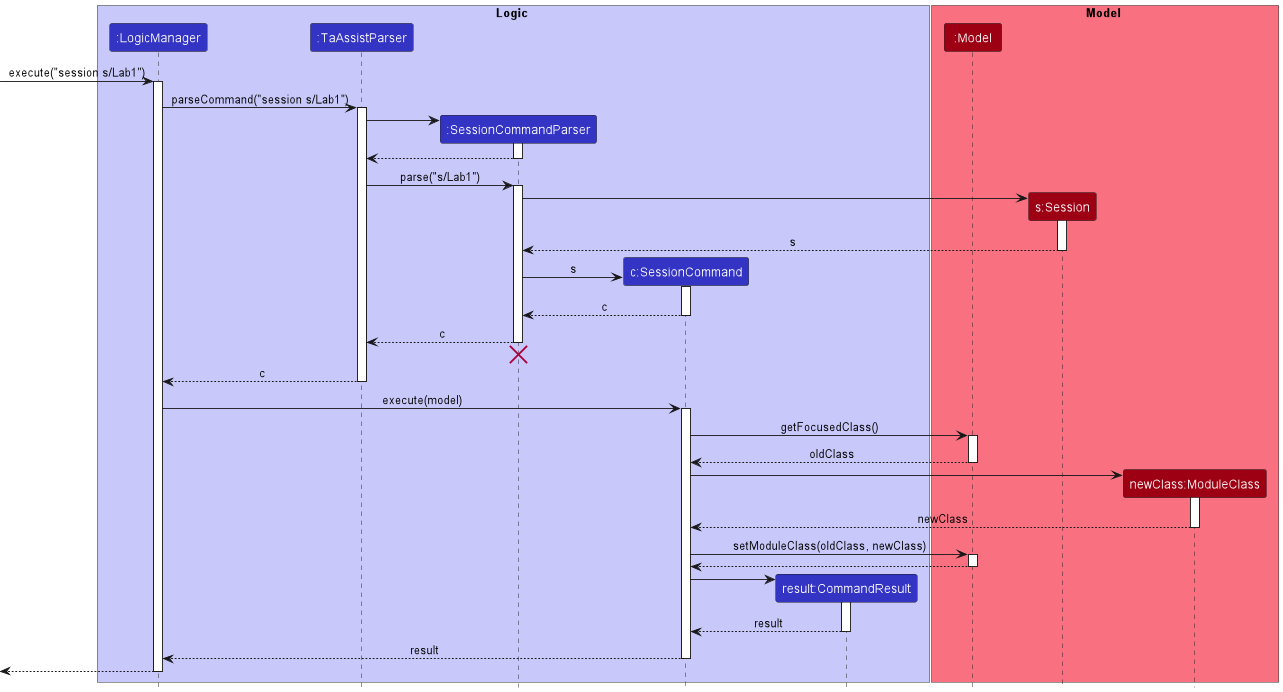
This is docs/images/SessionCommandSequenceDiagram.png from nus-cs2103-AY2223S1/tp, a PlantUML export, as it was before one commit.
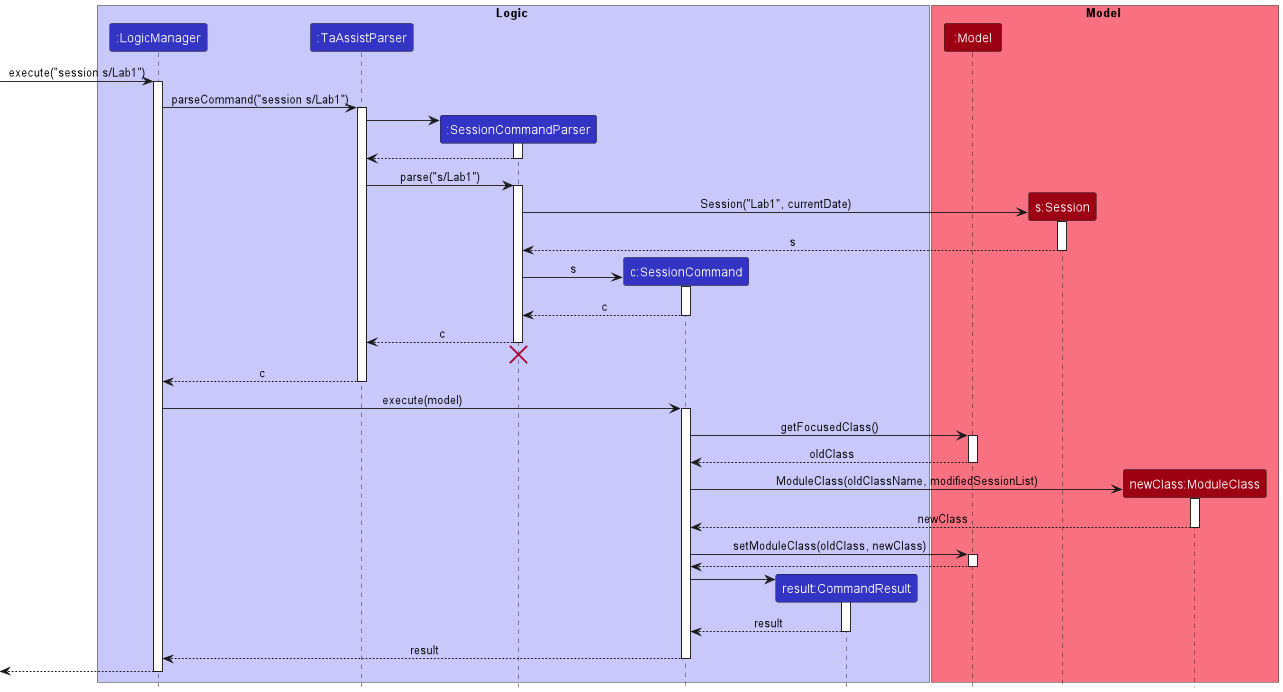
Above is the later version.

Commit message:
DG: Add Session implementation details

Diff of the diagram source:
```diff
@@ -34,7 +34,7 @@
 
 
 create Session
-SessionCommandParser -> Session
+SessionCommandParser -> Session: Session("Lab1", currentDate)
 activate Session
 
 Session --> SessionCommandParser: s
@@ -65,7 +65,7 @@
 deactivate Model
 
 create ModuleClass
-SessionCommand -> ModuleClass
+SessionCommand -> ModuleClass: ModuleClass(oldClassName, modifiedSessionList)
 activate ModuleClass
 ModuleClass --> SessionCommand: newClass
 deactivate ModuleClass
```
